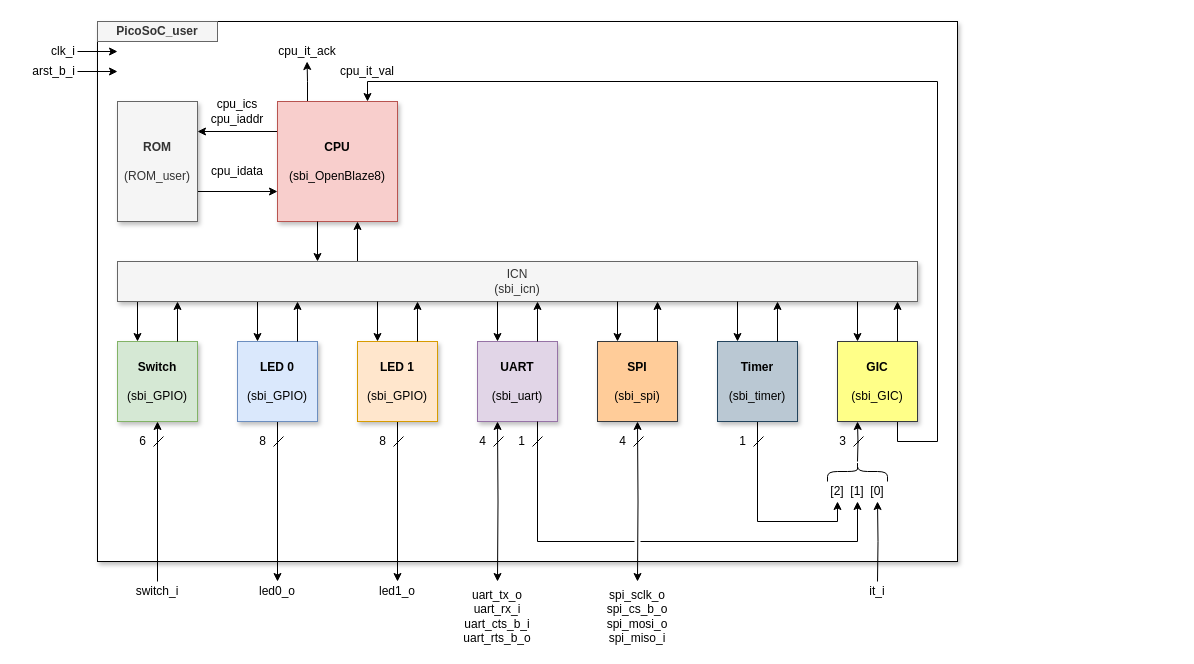
This is page "labo02" (2 of 13) of doc/ressources/labo.drawio from deuskane/ESIEE_SEI_5201A, a draw.io file, before an edit. Source tidied: cells renumbered, new cells numbered last; positions are measured from the earlier drawing's top-left corner, leaving out a move shared by most shapes. Both pictures are drawn from the tidied source at 100%, with x=0, y=0 at pixel (17, 21).
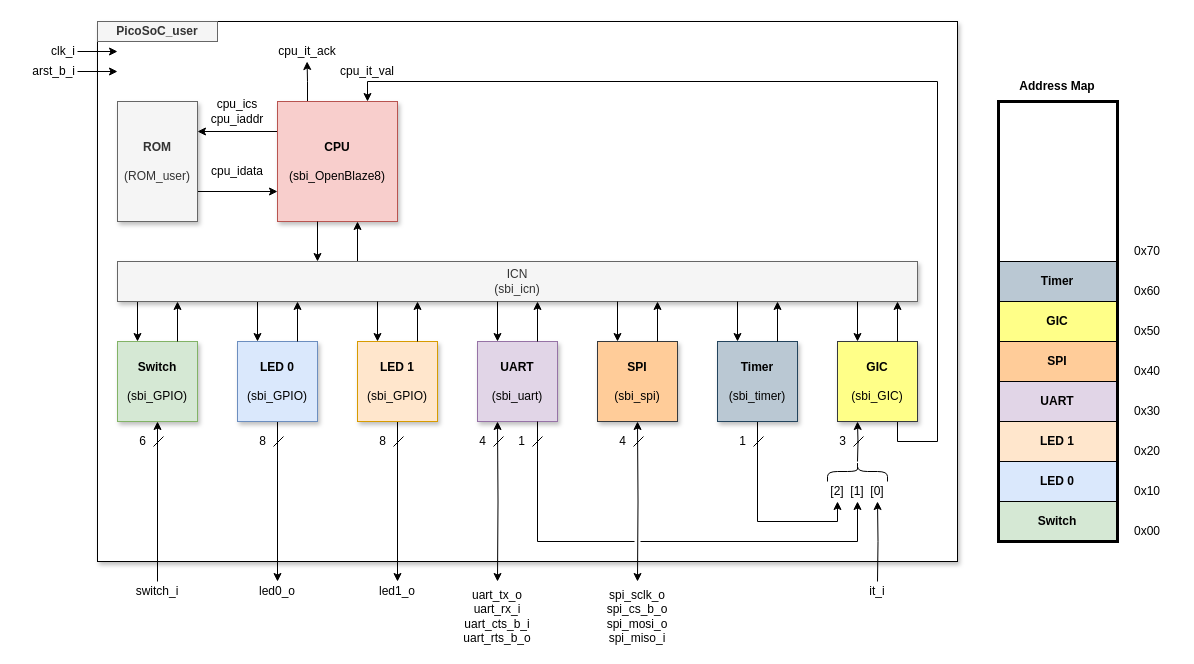
After the change.

The edit, as a diff of the source:
```diff
@@
+    <mxCell id="78" parent="0" />
+    <mxCell id="79" value="&lt;b&gt;Switch&lt;/b&gt;" style="rounded=0;whiteSpace=wrap;html=1;fillColor=#d5e8d4;strokeColor=default;shadow=0;" parent="78" vertex="1">
+      <mxGeometry x="980" y="480" width="120" height="40" as="geometry" />
+    </mxCell>
+    <mxCell id="80" value="&lt;b&gt;LED 0&lt;/b&gt;" style="rounded=0;whiteSpace=wrap;html=1;fillColor=#dae8fc;strokeColor=default;shadow=0;" parent="78" vertex="1">
+      <mxGeometry x="980" y="440" width="120" height="40" as="geometry" />
+    </mxCell>
+    <mxCell id="81" value="&lt;b&gt;LED 1&lt;/b&gt;" style="rounded=0;whiteSpace=wrap;html=1;fillColor=#ffe6cc;strokeColor=default;shadow=0;" parent="78" vertex="1">
+      <mxGeometry x="980" y="400" width="120" height="40" as="geometry" />
+    </mxCell>
+    <mxCell id="82" value="&lt;b&gt;UART&lt;/b&gt;" style="rounded=0;whiteSpace=wrap;html=1;fillColor=#e1d5e7;strokeColor=default;shadow=0;" parent="78" vertex="1">
+      <mxGeometry x="980" y="360" width="120" height="40" as="geometry" />
+    </mxCell>
+    <mxCell id="83" value="&lt;b&gt;SPI&lt;/b&gt;" style="rounded=0;whiteSpace=wrap;html=1;fillColor=#ffcc99;strokeColor=default;shadow=0;" parent="78" vertex="1">
+      <mxGeometry x="980" y="320" width="120" height="40" as="geometry" />
+    </mxCell>
+    <mxCell id="84" value="&lt;b&gt;Timer&lt;/b&gt;" style="rounded=0;whiteSpace=wrap;html=1;fillColor=#bac8d3;strokeColor=default;shadow=0;" parent="78" vertex="1">
+      <mxGeometry x="980" y="240" width="120" height="40" as="geometry" />
+    </mxCell>
+    <mxCell id="85" value="&lt;b&gt;GIC&lt;/b&gt;" style="rounded=0;whiteSpace=wrap;html=1;fillColor=#ffff88;strokeColor=default;shadow=0;" parent="78" vertex="1">
+      <mxGeometry x="980" y="280" width="120" height="40" as="geometry" />
+    </mxCell>
+    <mxCell id="86" style="rounded=0;whiteSpace=wrap;html=1;strokeWidth=3;shadow=0;fillColor=none;" parent="78" vertex="1">
+      <mxGeometry x="981" y="80" width="119" height="440" as="geometry" />
+    </mxCell>
+    <mxCell id="87" value="Address Map" style="text;html=1;align=center;verticalAlign=middle;whiteSpace=wrap;rounded=0;fontStyle=1;" parent="78" vertex="1">
+      <mxGeometry x="980" y="50" width="120" height="30" as="geometry" />
+    </mxCell>
+    <mxCell id="88" value="0x00" style="text;html=1;align=center;verticalAlign=middle;whiteSpace=wrap;rounded=0;" parent="78" vertex="1">
+      <mxGeometry x="1100" y="500" width="60" height="20" as="geometry" />
+    </mxCell>
+    <mxCell id="89" value="0x10" style="text;html=1;align=center;verticalAlign=middle;whiteSpace=wrap;rounded=0;" parent="78" vertex="1">
+      <mxGeometry x="1100" y="460" width="60" height="20" as="geometry" />
+    </mxCell>
+    <mxCell id="90" value="0x20" style="text;html=1;align=center;verticalAlign=middle;whiteSpace=wrap;rounded=0;" parent="78" vertex="1">
+      <mxGeometry x="1100" y="420" width="60" height="20" as="geometry" />
+    </mxCell>
+    <mxCell id="91" value="0x30" style="text;html=1;align=center;verticalAlign=middle;whiteSpace=wrap;rounded=0;" parent="78" vertex="1">
+      <mxGeometry x="1100" y="380" width="60" height="20" as="geometry" />
+    </mxCell>
+    <mxCell id="92" value="0x40" style="text;html=1;align=center;verticalAlign=middle;whiteSpace=wrap;rounded=0;" parent="78" vertex="1">
+      <mxGeometry x="1100" y="340" width="60" height="20" as="geometry" />
+    </mxCell>
+    <mxCell id="93" value="0x50" style="text;html=1;align=center;verticalAlign=middle;whiteSpace=wrap;rounded=0;" parent="78" vertex="1">
+      <mxGeometry x="1100" y="300" width="60" height="20" as="geometry" />
+    </mxCell>
+    <mxCell id="94" value="0x60" style="text;html=1;align=center;verticalAlign=middle;whiteSpace=wrap;rounded=0;" parent="78" vertex="1">
+      <mxGeometry x="1100" y="260" width="60" height="20" as="geometry" />
+    </mxCell>
+    <mxCell id="95" value="0x70" style="text;html=1;align=center;verticalAlign=middle;whiteSpace=wrap;rounded=0;" parent="78" vertex="1">
+      <mxGeometry x="1100" y="220" width="60" height="20" as="geometry" />
+    </mxCell>
```
